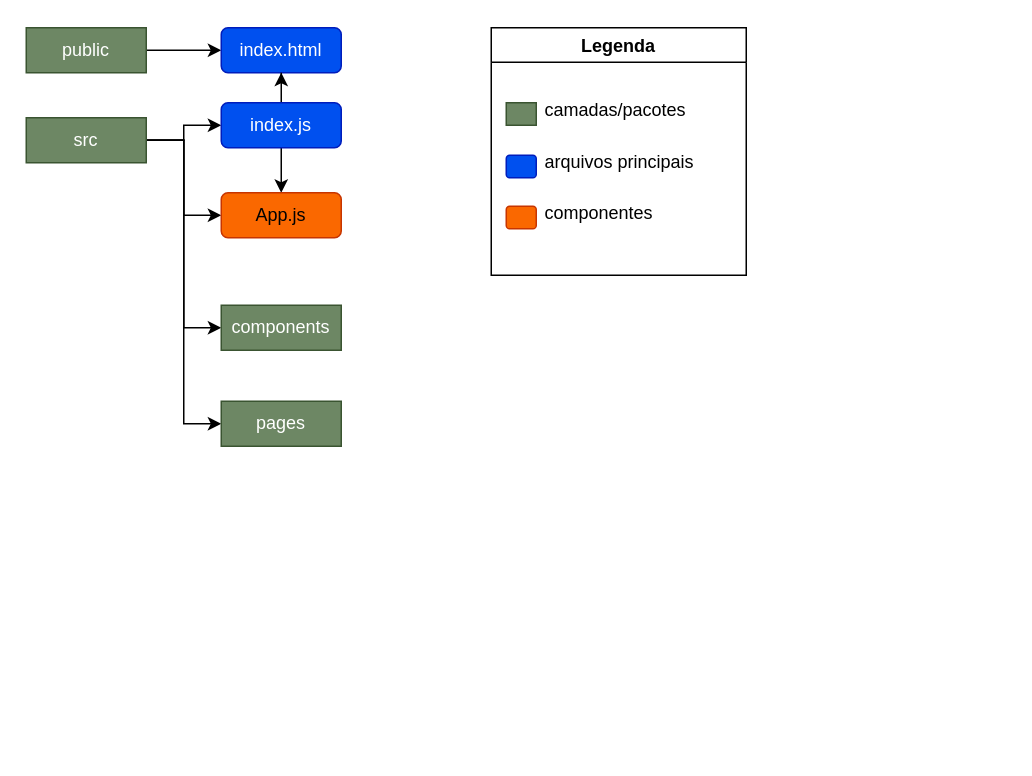
Before: front-end/arquitetura.drawio in miniguiti/music-box-react, a draw.io diagram. Source tidied: cells renumbered, new cells numbered last; positions are measured from the earlier drawing's top-left corner, leaving out a move shared by most shapes. Both pictures are drawn from the tidied source at 150%, with x=0, y=0 at pixel (26, 27).
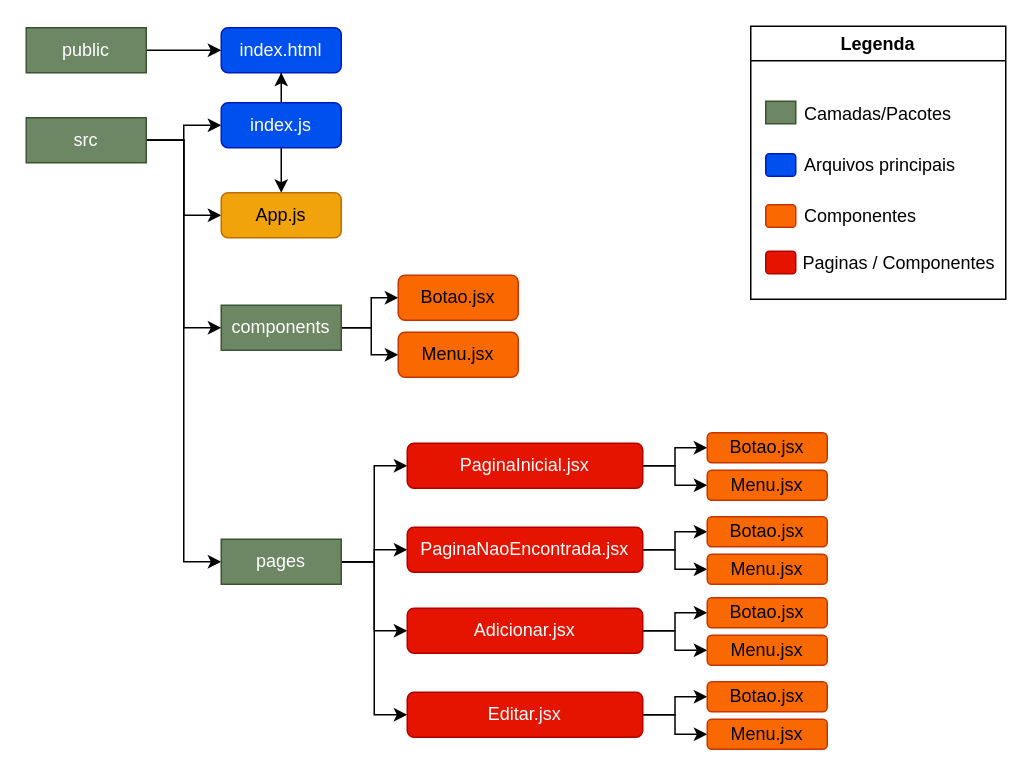
The same page after the edit.

Unchanged cells that the change refers to:
```xml
<mxCell id="21" value="components" style="whiteSpace=wrap;html=1;fillColor=#6d8764;strokeColor=#3A5431;fontColor=#ffffff;" parent="1" vertex="1">
  <mxGeometry x="130" y="185" width="80" height="30" as="geometry" />
</mxCell>
```

Diff of the diagram source:
```diff
@@
-    <mxCell id="13" value="App.js" style="rounded=1;whiteSpace=wrap;html=1;fillColor=#fa6800;strokeColor=#C73500;fontColor=#000000;" parent="1" vertex="1">
+    <mxCell id="13" value="App.js" style="rounded=1;whiteSpace=wrap;html=1;fillColor=#f0a30a;strokeColor=#BD7000;fontColor=#000000;" parent="1" vertex="1">
       <mxGeometry x="130" y="110" width="80" height="30" as="geometry" />
     </mxCell>
     <mxCell id="14" value="Legenda" style="swimlane;" parent="1" vertex="1">
-      <mxGeometry x="310" width="170" height="165" as="geometry" />
+      <mxGeometry x="483" y="-1" width="170" height="182" as="geometry" />
     </mxCell>
@@
-    <mxCell id="17" value="camadas/pacotes" style="text;html=1;align=left;verticalAlign=middle;strokeColor=none;" parent="14" vertex="1">
-      <mxGeometry x="34" y="45" width="110" height="20" as="geometry" />
+    <mxCell id="17" value="Camadas/Pacotes" style="text;html=1;align=left;verticalAlign=middle;strokeColor=none;" parent="14" vertex="1">
+      <mxGeometry x="34" y="50" width="107" height="17" as="geometry" />
     </mxCell>
-    <mxCell id="18" value="arquivos principais" style="text;html=1;align=left;verticalAlign=middle;strokeColor=none;" parent="14" vertex="1">
-      <mxGeometry x="34" y="80" width="110" height="20" as="geometry" />
+    <mxCell id="18" value="Arquivos principais" style="text;html=1;align=left;verticalAlign=middle;strokeColor=none;" parent="14" vertex="1">
+      <mxGeometry x="34" y="84" width="111" height="17" as="geometry" />
     </mxCell>
-    <mxCell id="19" value="componentes" style="text;html=1;align=left;verticalAlign=middle;strokeColor=none;" parent="14" vertex="1">
-      <mxGeometry x="34" y="114" width="90" height="20" as="geometry" />
+    <mxCell id="19" value="Componentes" style="text;html=1;align=left;verticalAlign=middle;strokeColor=none;" parent="14" vertex="1">
+      <mxGeometry x="34" y="118" width="84" height="17" as="geometry" />
     </mxCell>
@@
+    <mxCell id="23" value="Paginas / Componentes" style="text;html=1;align=left;verticalAlign=middle;strokeColor=none;" parent="14" vertex="1">
+      <mxGeometry x="33" y="149" width="137" height="17" as="geometry" />
+    </mxCell>
+    <mxCell id="24" style="rounded=1;whiteSpace=wrap;html=1;fillColor=#e51400;strokeColor=#B20000;fontColor=#ffffff;" parent="14" vertex="1">
+      <mxGeometry x="10" y="150" width="20" height="15" as="geometry" />
+    </mxCell>
+    <mxCell id="25" style="edgeStyle=orthogonalEdgeStyle;rounded=0;jettySize=auto;html=1;exitX=1;exitY=0.5;exitDx=0;exitDy=0;" parent="1" edge="1" source="21" target="31">
+      <mxGeometry relative="1" as="geometry" />
+    </mxCell>
+    <mxCell id="26" style="edgeStyle=orthogonalEdgeStyle;rounded=0;jettySize=auto;html=1;exitX=1;exitY=0.5;exitDx=0;exitDy=0;entryX=0;entryY=0.5;entryDx=0;entryDy=0;" parent="1" edge="1" source="21" target="32">
+      <mxGeometry relative="1" as="geometry" />
+    </mxCell>
@@
+    <mxCell id="27" style="edgeStyle=orthogonalEdgeStyle;rounded=0;jettySize=auto;html=1;exitX=1;exitY=0.5;exitDx=0;exitDy=0;entryX=0;entryY=0.5;entryDx=0;entryDy=0;fontColor=#FFFFFF;" parent="1" edge="1" source="22" target="35">
+      <mxGeometry relative="1" as="geometry" />
+    </mxCell>
+    <mxCell id="28" style="edgeStyle=orthogonalEdgeStyle;rounded=0;jettySize=auto;html=1;exitX=1;exitY=0.5;exitDx=0;exitDy=0;fontColor=#FFFFFF;" parent="1" edge="1" source="22" target="40">
+      <mxGeometry relative="1" as="geometry" />
+    </mxCell>
+    <mxCell id="29" style="edgeStyle=orthogonalEdgeStyle;rounded=0;jettySize=auto;html=1;exitX=1;exitY=0.5;exitDx=0;exitDy=0;entryX=0;entryY=0.5;entryDx=0;entryDy=0;fontColor=#FFFFFF;" parent="1" edge="1" source="22" target="45">
+      <mxGeometry relative="1" as="geometry" />
+    </mxCell>
+    <mxCell id="30" style="edgeStyle=orthogonalEdgeStyle;rounded=0;jettySize=auto;html=1;exitX=1;exitY=0.5;exitDx=0;exitDy=0;entryX=0;entryY=0.5;entryDx=0;entryDy=0;fontColor=#FFFFFF;" parent="1" edge="1" source="22" target="50">
+      <mxGeometry relative="1" as="geometry" />
+    </mxCell>
     <mxCell id="22" value="pages" style="whiteSpace=wrap;html=1;fillColor=#6d8764;strokeColor=#3A5431;fontColor=#ffffff;" parent="1" vertex="1">
-      <mxGeometry x="130" y="249" width="80" height="30" as="geometry" />
+      <mxGeometry x="130" y="341" width="80" height="30" as="geometry" />
     </mxCell>
+    <mxCell id="31" value="Botao.jsx" style="rounded=1;whiteSpace=wrap;html=1;fillColor=#fa6800;strokeColor=#C73500;fontColor=#000000;" parent="1" vertex="1">
+      <mxGeometry x="248" y="165" width="80" height="30" as="geometry" />
+    </mxCell>
+    <mxCell id="32" value="Menu.jsx" style="rounded=1;whiteSpace=wrap;html=1;fillColor=#fa6800;strokeColor=#C73500;fontColor=#000000;" parent="1" vertex="1">
+      <mxGeometry x="248" y="203" width="80" height="30" as="geometry" />
+    </mxCell>
+    <mxCell id="33" style="edgeStyle=orthogonalEdgeStyle;rounded=0;jettySize=auto;html=1;exitX=1;exitY=0.5;exitDx=0;exitDy=0;entryX=0;entryY=0.5;entryDx=0;entryDy=0;fontColor=#FFFFFF;" parent="1" edge="1" source="35" target="36">
+      <mxGeometry relative="1" as="geometry" />
+    </mxCell>
+    <mxCell id="34" style="edgeStyle=orthogonalEdgeStyle;rounded=0;jettySize=auto;html=1;exitX=1;exitY=0.5;exitDx=0;exitDy=0;fontColor=#FFFFFF;" parent="1" edge="1" source="35" target="37">
+      <mxGeometry relative="1" as="geometry" />
+    </mxCell>
+    <mxCell id="35" value="PaginaInicial.jsx" style="rounded=1;whiteSpace=wrap;html=1;fillColor=#e51400;strokeColor=#B20000;fontColor=#ffffff;" parent="1" vertex="1">
+      <mxGeometry x="254" y="277" width="157" height="30" as="geometry" />
+    </mxCell>
+    <mxCell id="36" value="Botao.jsx" style="rounded=1;whiteSpace=wrap;html=1;fillColor=#fa6800;strokeColor=#C73500;fontColor=#000000;" parent="1" vertex="1">
+      <mxGeometry x="454" y="270" width="80" height="20" as="geometry" />
+    </mxCell>
+    <mxCell id="37" value="Menu.jsx" style="rounded=1;whiteSpace=wrap;html=1;fillColor=#fa6800;strokeColor=#C73500;fontColor=#000000;" parent="1" vertex="1">
+      <mxGeometry x="454" y="295" width="80" height="20" as="geometry" />
+    </mxCell>
+    <mxCell id="38" style="edgeStyle=orthogonalEdgeStyle;rounded=0;jettySize=auto;html=1;exitX=1;exitY=0.5;exitDx=0;exitDy=0;entryX=0;entryY=0.5;entryDx=0;entryDy=0;fontColor=#FFFFFF;" parent="1" edge="1" source="40" target="41">
+      <mxGeometry relative="1" as="geometry" />
+    </mxCell>
+    <mxCell id="39" style="edgeStyle=orthogonalEdgeStyle;rounded=0;jettySize=auto;html=1;exitX=1;exitY=0.5;exitDx=0;exitDy=0;fontColor=#FFFFFF;" parent="1" edge="1" source="40" target="42">
+      <mxGeometry relative="1" as="geometry" />
+    </mxCell>
+    <mxCell id="40" value="PaginaNaoEncontrada.jsx" style="rounded=1;whiteSpace=wrap;html=1;fillColor=#e51400;strokeColor=#B20000;fontColor=#ffffff;" parent="1" vertex="1">
+      <mxGeometry x="254" y="333" width="157" height="30" as="geometry" />
+    </mxCell>
+    <mxCell id="41" value="Botao.jsx" style="rounded=1;whiteSpace=wrap;html=1;fillColor=#fa6800;strokeColor=#C73500;fontColor=#000000;" parent="1" vertex="1">
+      <mxGeometry x="454" y="326" width="80" height="20" as="geometry" />
+    </mxCell>
+    <mxCell id="42" value="Menu.jsx" style="rounded=1;whiteSpace=wrap;html=1;fillColor=#fa6800;strokeColor=#C73500;fontColor=#000000;" parent="1" vertex="1">
+      <mxGeometry x="454" y="351" width="80" height="20" as="geometry" />
+    </mxCell>
+    <mxCell id="43" style="edgeStyle=orthogonalEdgeStyle;rounded=0;jettySize=auto;html=1;exitX=1;exitY=0.5;exitDx=0;exitDy=0;entryX=0;entryY=0.5;entryDx=0;entryDy=0;fontColor=#FFFFFF;" parent="1" edge="1" source="45" target="46">
+      <mxGeometry relative="1" as="geometry" />
+    </mxCell>
+    <mxCell id="44" style="edgeStyle=orthogonalEdgeStyle;rounded=0;jettySize=auto;html=1;exitX=1;exitY=0.5;exitDx=0;exitDy=0;fontColor=#FFFFFF;" parent="1" edge="1" source="45" target="47">
+      <mxGeometry relative="1" as="geometry" />
+    </mxCell>
+    <mxCell id="45" value="Adicionar.jsx" style="rounded=1;whiteSpace=wrap;html=1;fillColor=#e51400;strokeColor=#B20000;fontColor=#ffffff;" parent="1" vertex="1">
+      <mxGeometry x="254" y="387" width="157" height="30" as="geometry" />
+    </mxCell>
+    <mxCell id="46" value="Botao.jsx" style="rounded=1;whiteSpace=wrap;html=1;fillColor=#fa6800;strokeColor=#C73500;fontColor=#000000;" parent="1" vertex="1">
+      <mxGeometry x="454" y="380" width="80" height="20" as="geometry" />
+    </mxCell>
+    <mxCell id="47" value="Menu.jsx" style="rounded=1;whiteSpace=wrap;html=1;fillColor=#fa6800;strokeColor=#C73500;fontColor=#000000;" parent="1" vertex="1">
+      <mxGeometry x="454" y="405" width="80" height="20" as="geometry" />
+    </mxCell>
+    <mxCell id="48" style="edgeStyle=orthogonalEdgeStyle;rounded=0;jettySize=auto;html=1;exitX=1;exitY=0.5;exitDx=0;exitDy=0;entryX=0;entryY=0.5;entryDx=0;entryDy=0;fontColor=#FFFFFF;" parent="1" edge="1" source="50" target="51">
+      <mxGeometry relative="1" as="geometry" />
+    </mxCell>
+    <mxCell id="49" style="edgeStyle=orthogonalEdgeStyle;rounded=0;jettySize=auto;html=1;exitX=1;exitY=0.5;exitDx=0;exitDy=0;fontColor=#FFFFFF;" parent="1" edge="1" source="50" target="52">
+      <mxGeometry relative="1" as="geometry" />
+    </mxCell>
+    <mxCell id="50" value="Editar.jsx" style="rounded=1;whiteSpace=wrap;html=1;fillColor=#e51400;strokeColor=#B20000;fontColor=#ffffff;" parent="1" vertex="1">
+      <mxGeometry x="254" y="443" width="157" height="30" as="geometry" />
+    </mxCell>
+    <mxCell id="51" value="Botao.jsx" style="rounded=1;whiteSpace=wrap;html=1;fillColor=#fa6800;strokeColor=#C73500;fontColor=#000000;" parent="1" vertex="1">
+      <mxGeometry x="454" y="436" width="80" height="20" as="geometry" />
+    </mxCell>
+    <mxCell id="52" value="Menu.jsx" style="rounded=1;whiteSpace=wrap;html=1;fillColor=#fa6800;strokeColor=#C73500;fontColor=#000000;" parent="1" vertex="1">
+      <mxGeometry x="454" y="461" width="80" height="20" as="geometry" />
+    </mxCell>
```
